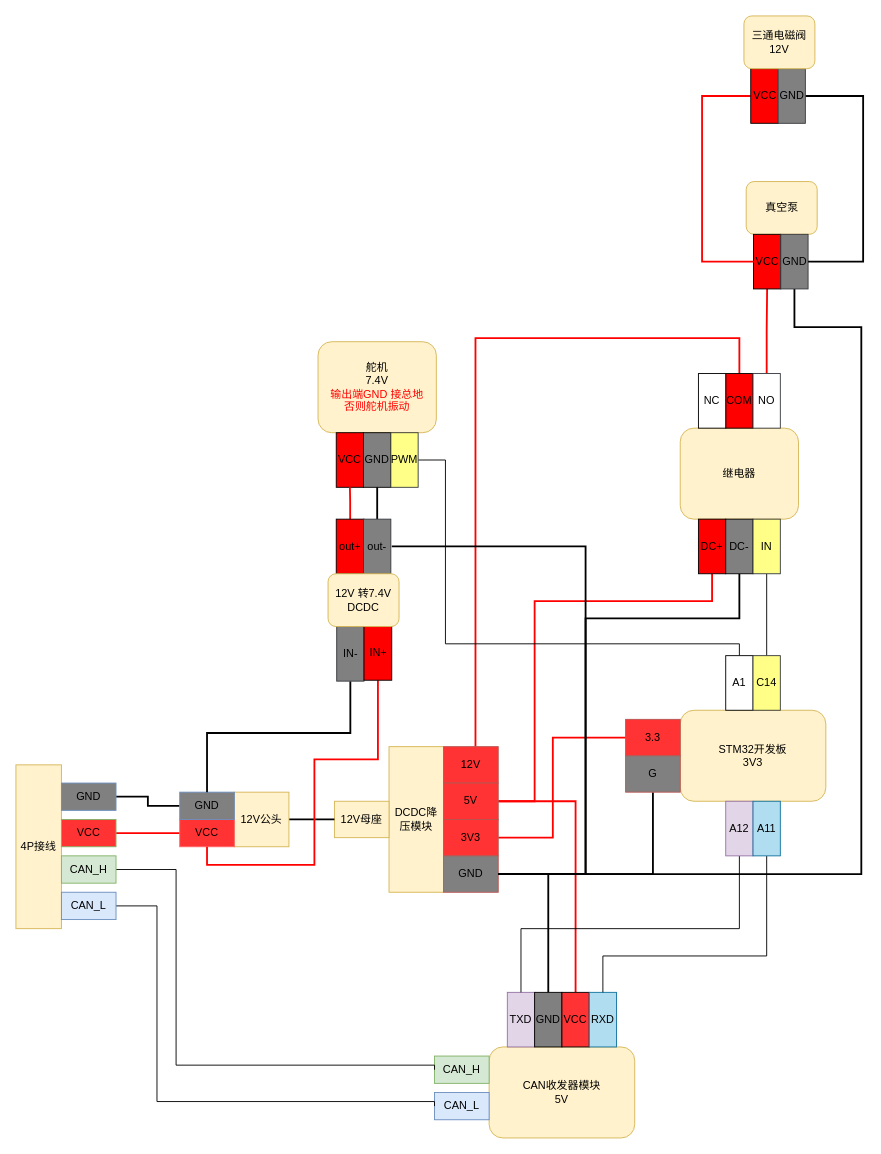
The draw.io diagram page "第 4 页" (4 of 4) of 未命名绘图.drawio in enpeizhao/drawio_disk, before the edit. Source tidied: cells renumbered, new cells numbered last; positions are measured from the earlier drawing's top-left corner, leaving out a move shared by most shapes. Both pictures are drawn from the tidied source at 91%, with x=0, y=0 at pixel (15, 15).
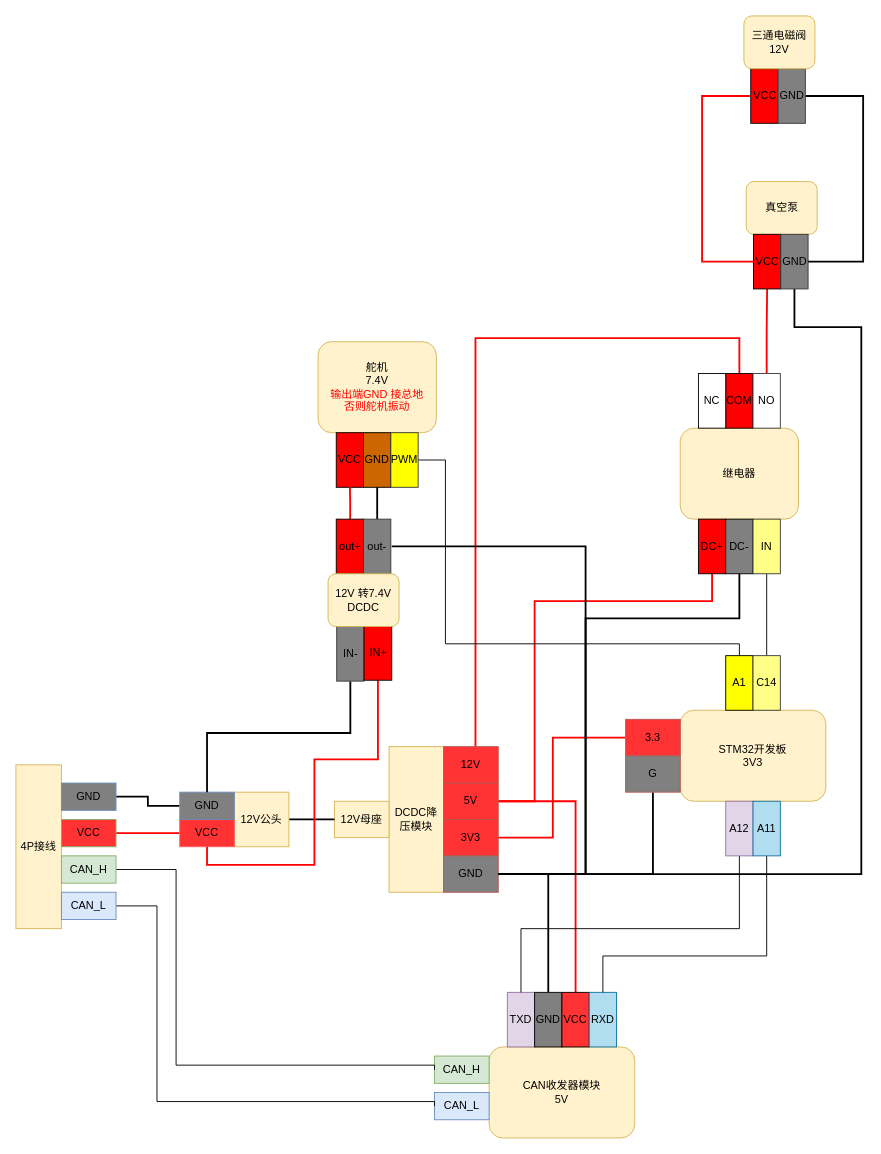
Above is the later version.

Commit message:
更新未命名绘图.drawio

Change to the diagram source:
```diff
@@
-    <mxCell id="37" value="A1" style="rounded=0;whiteSpace=wrap;html=1;" parent="1" vertex="1">
+    <mxCell id="37" value="A1" style="rounded=0;whiteSpace=wrap;html=1;fillColor=#FFFF00;" parent="1" vertex="1">
       <mxGeometry x="780" y="703" width="30" height="60" as="geometry" />
     </mxCell>
@@
-    <mxCell id="65" value="GND" style="rounded=0;whiteSpace=wrap;html=1;fillColor=#808080;" parent="1" vertex="1">
+    <mxCell id="65" value="GND" style="rounded=0;whiteSpace=wrap;html=1;fillColor=#CC6600;" parent="1" vertex="1">
       <mxGeometry x="382" y="458" width="30" height="60" as="geometry" />
     </mxCell>
-    <mxCell id="66" value="PWM" style="rounded=0;whiteSpace=wrap;html=1;fillColor=#ffff88;strokeColor=#36393d;" parent="1" vertex="1">
+    <mxCell id="66" value="PWM" style="rounded=0;whiteSpace=wrap;html=1;fillColor=#FFFF00;strokeColor=#36393d;" parent="1" vertex="1">
       <mxGeometry x="412" y="458" width="30" height="60" as="geometry" />
     </mxCell>
```
